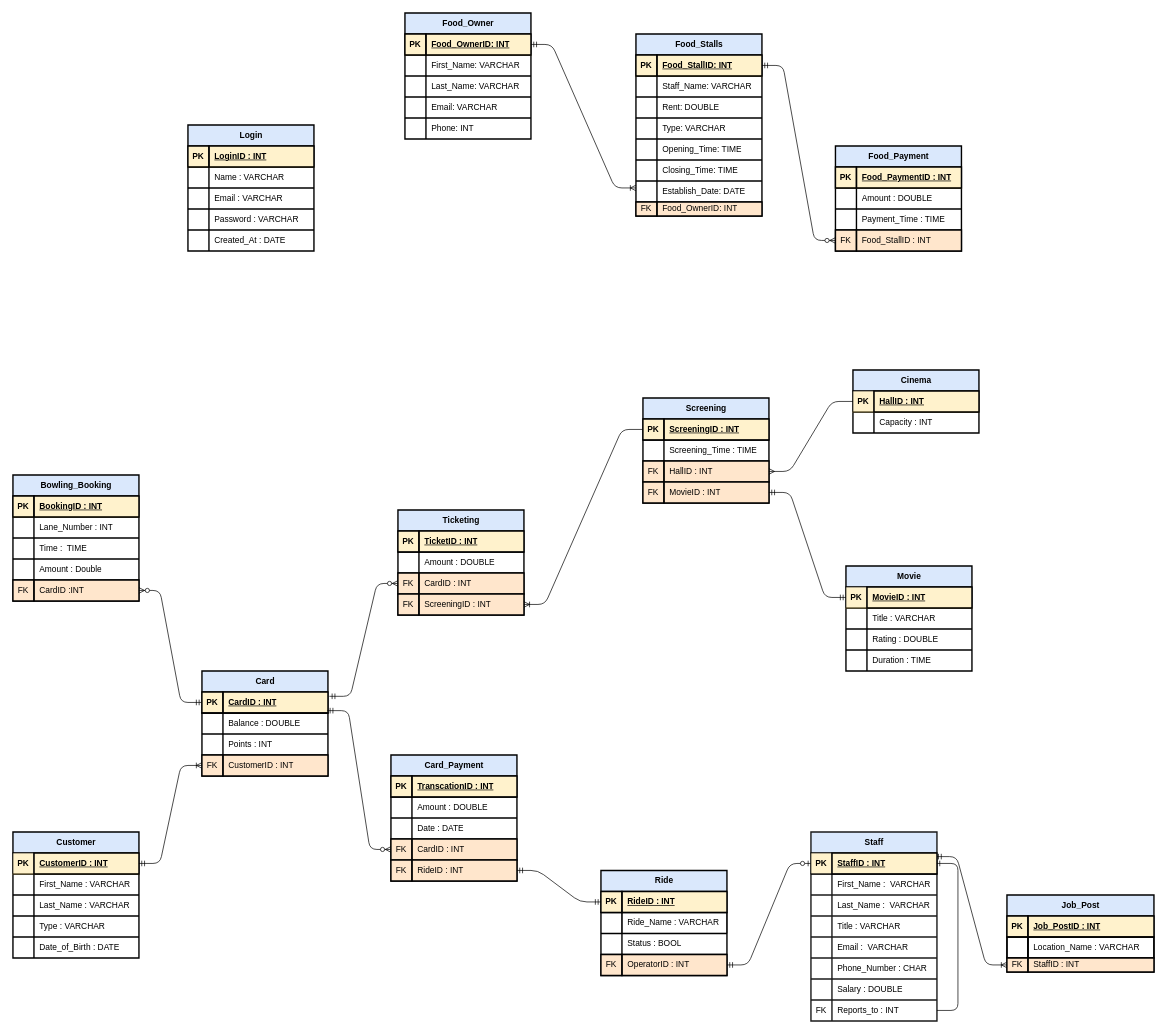
Before: Final Semester Project.drawio in Shaheer-Pk/Database_Project, a draw.io diagram. Source tidied: cells renumbered, new cells numbered last; positions are measured from the earlier drawing's top-left corner, leaving out a move shared by most shapes. Both pictures are drawn from the tidied source at 70%, with x=0, y=0 at pixel (13, 13).
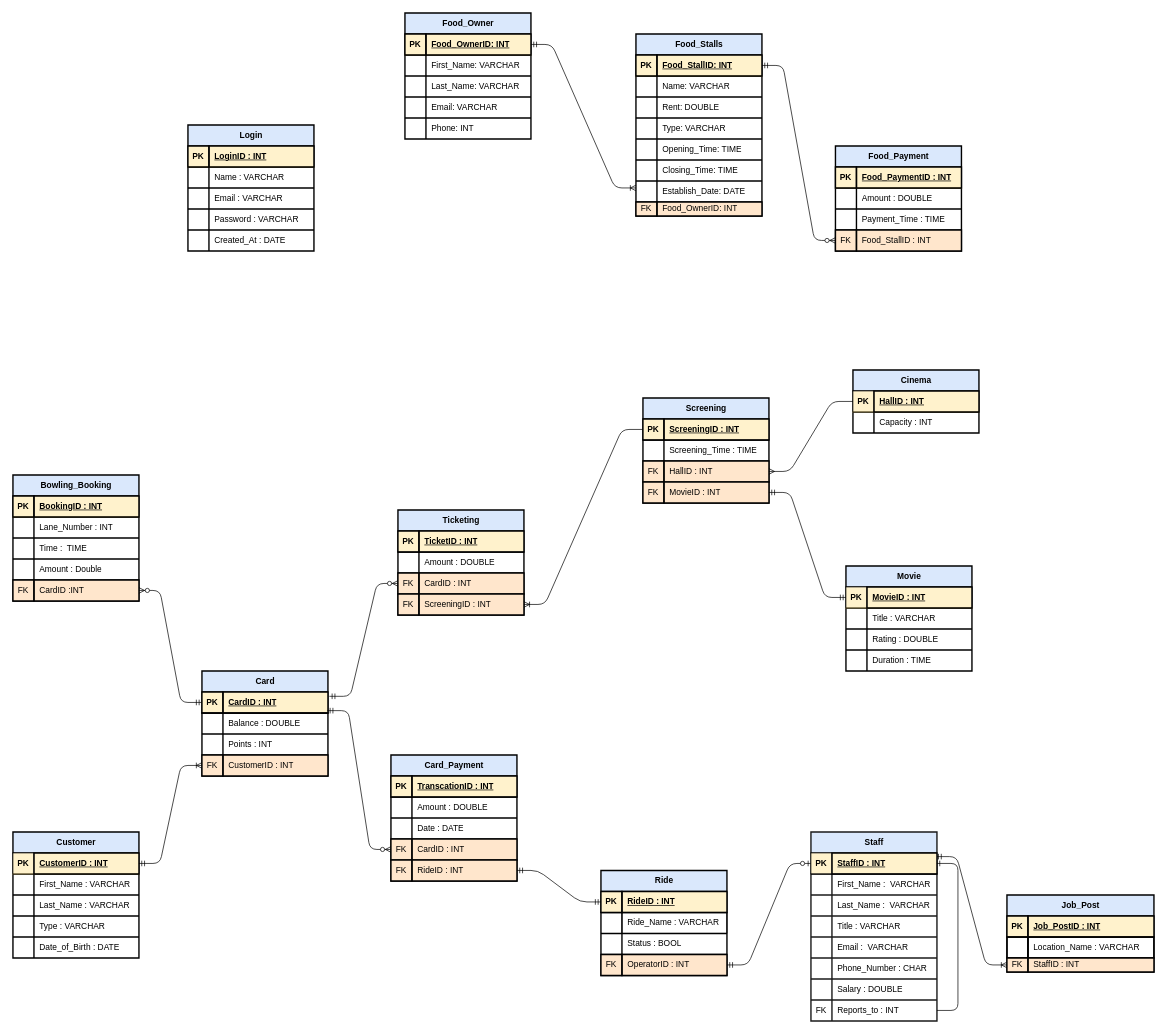
The same page after the edit.

Commit message:
Changed staff_name to name is foodstalls

Unchanged cells that the change refers to:
```xml
<mxCell id="219" style="shape=tableRow;horizontal=0;startSize=0;swimlaneHead=0;swimlaneBody=0;fillColor=none;top=0;left=0;right=0;bottom=0;" parent="215" vertex="1">
  <mxGeometry y="60" width="180" height="30" as="geometry" />
</mxCell>
```

Change to the diagram source:
```diff
@@
-    <mxCell id="221" value="Staff_Name: VARCHAR" style="shape=partialRectangle;fillColor=none;top=0;left=0;bottom=0;right=0;align=left;spacingLeft=6;overflow=hidden;whiteSpace=wrap;html=1;" parent="219" vertex="1">
+    <mxCell id="221" value="Name: VARCHAR" style="shape=partialRectangle;fillColor=none;top=0;left=0;bottom=0;right=0;align=left;spacingLeft=6;overflow=hidden;whiteSpace=wrap;html=1;" parent="219" vertex="1">
       <mxGeometry x="30" width="150" height="30" as="geometry" />
     </mxCell>
```
